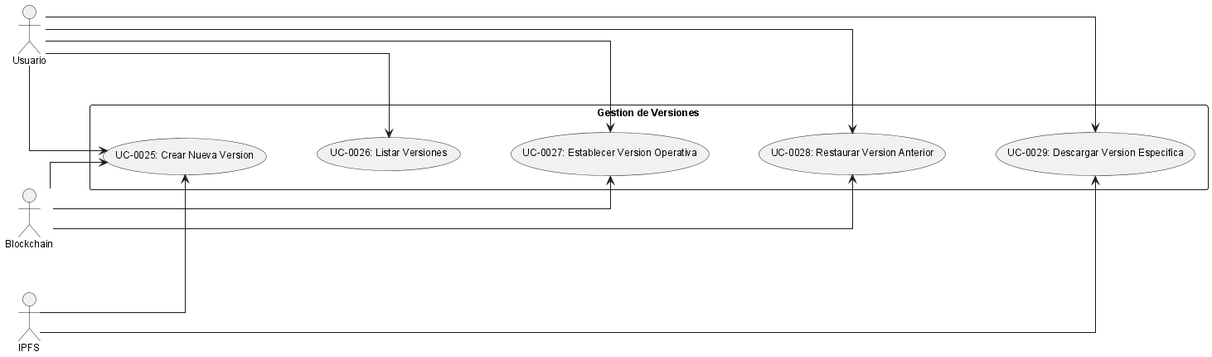
The PlantUML diagram anexos/diagramas/uc_versiones.png in ErDeivih/DocumentChain, before a commit. The source it was exported from:
```plantuml
@startuml
!include _structure-style.puml
left to right direction

actor "Usuario" as USER
actor "IPFS" as IPFS
actor "Blockchain" as SC

rectangle "Gestion de Versiones" {
  usecase "UC-0025: Crear Nueva Version" as UC29
  usecase "UC-0026: Listar Versiones" as UC30
  usecase "UC-0027: Establecer Version Operativa" as UC31
  usecase "UC-0028: Restaurar Version Anterior" as UC32
  usecase "UC-0029: Descargar Version Especifica" as UC33
}

UC29 -[hidden]down-> UC30
UC30 -[hidden]down-> UC31
UC31 -[hidden]down-> UC32
UC32 -[hidden]down-> UC33

USER --> UC29
USER --> UC30
USER --> UC31
USER --> UC32
USER --> UC33

IPFS --> UC29
IPFS --> UC33
SC --> UC29
SC --> UC31
SC --> UC32
@enduml
```
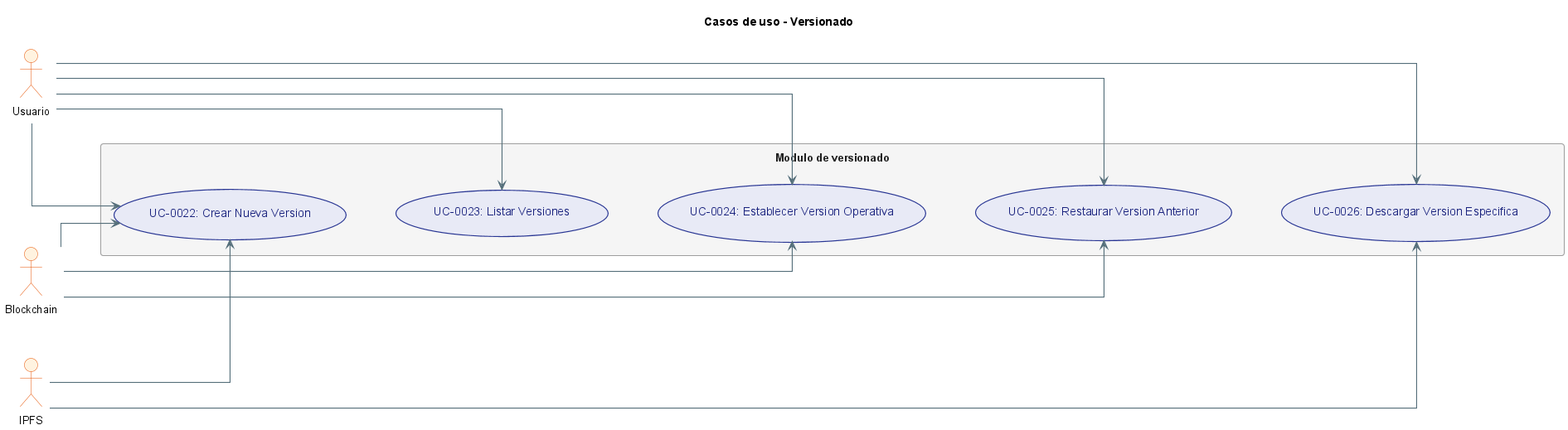
The same file after the commit.

Change to the diagram source:
```diff
@@ -1,33 +1,34 @@
 @startuml
 !include _structure-style.puml
 left to right direction
+title Casos de uso - Versionado
 
 actor "Usuario" as USER
 actor "IPFS" as IPFS
 actor "Blockchain" as SC
 
-rectangle "Gestion de Versiones" {
-  usecase "UC-0025: Crear Nueva Version" as UC29
-  usecase "UC-0026: Listar Versiones" as UC30
-  usecase "UC-0027: Establecer Version Operativa" as UC31
-  usecase "UC-0028: Restaurar Version Anterior" as UC32
-  usecase "UC-0029: Descargar Version Especifica" as UC33
+rectangle "Modulo de versionado" {
+  usecase "UC-0022: Crear Nueva Version" as UC22
+  usecase "UC-0023: Listar Versiones" as UC23
+  usecase "UC-0024: Establecer Version Operativa" as UC24
+  usecase "UC-0025: Restaurar Version Anterior" as UC25
+  usecase "UC-0026: Descargar Version Especifica" as UC26
 }
 
-UC29 -[hidden]down-> UC30
-UC30 -[hidden]down-> UC31
-UC31 -[hidden]down-> UC32
-UC32 -[hidden]down-> UC33
+UC22 -[hidden]down-> UC23
+UC23 -[hidden]down-> UC24
+UC24 -[hidden]down-> UC25
+UC25 -[hidden]down-> UC26
 
-USER --> UC29
-USER --> UC30
-USER --> UC31
-USER --> UC32
-USER --> UC33
+USER --> UC22
+USER --> UC23
+USER --> UC24
+USER --> UC25
+USER --> UC26
 
-IPFS --> UC29
-IPFS --> UC33
-SC --> UC29
-SC --> UC31
-SC --> UC32
+IPFS --> UC22
+IPFS --> UC26
+SC --> UC22
+SC --> UC24
+SC --> UC25
 @enduml
```
